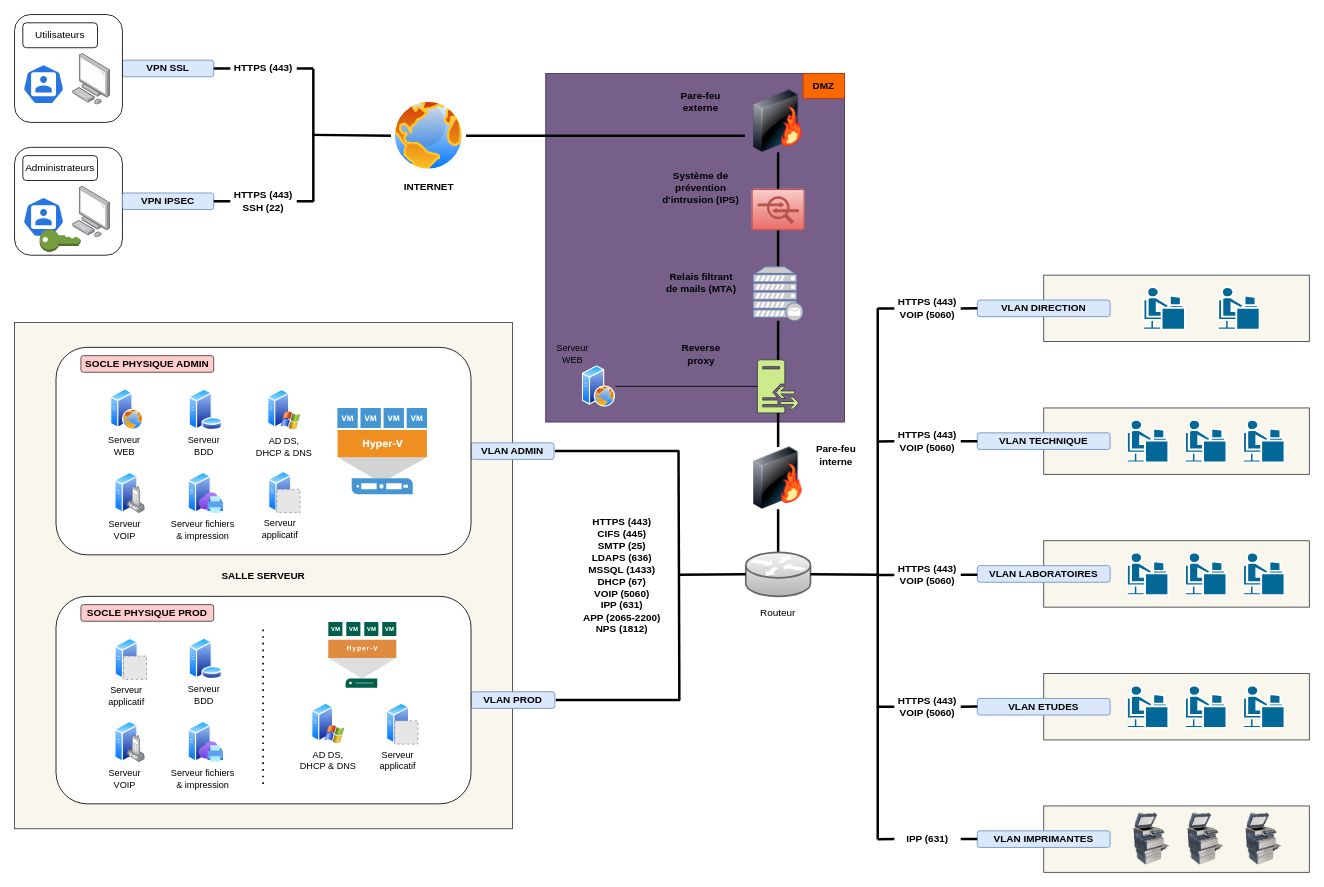
ecto-w/openclassrooms_ASR keeps this draw.io diagram as p11.drawio. Above is the earlier version. Source tidied: cells renumbered, new cells numbered last; positions are measured from the earlier drawing's top-left corner, leaving out a move shared by most shapes. Both pictures are drawn from the tidied source at 83%, with x=0, y=0 at pixel (14, 14). Pictures stored in the file or linked from it are replaced by grey dashed boxes.
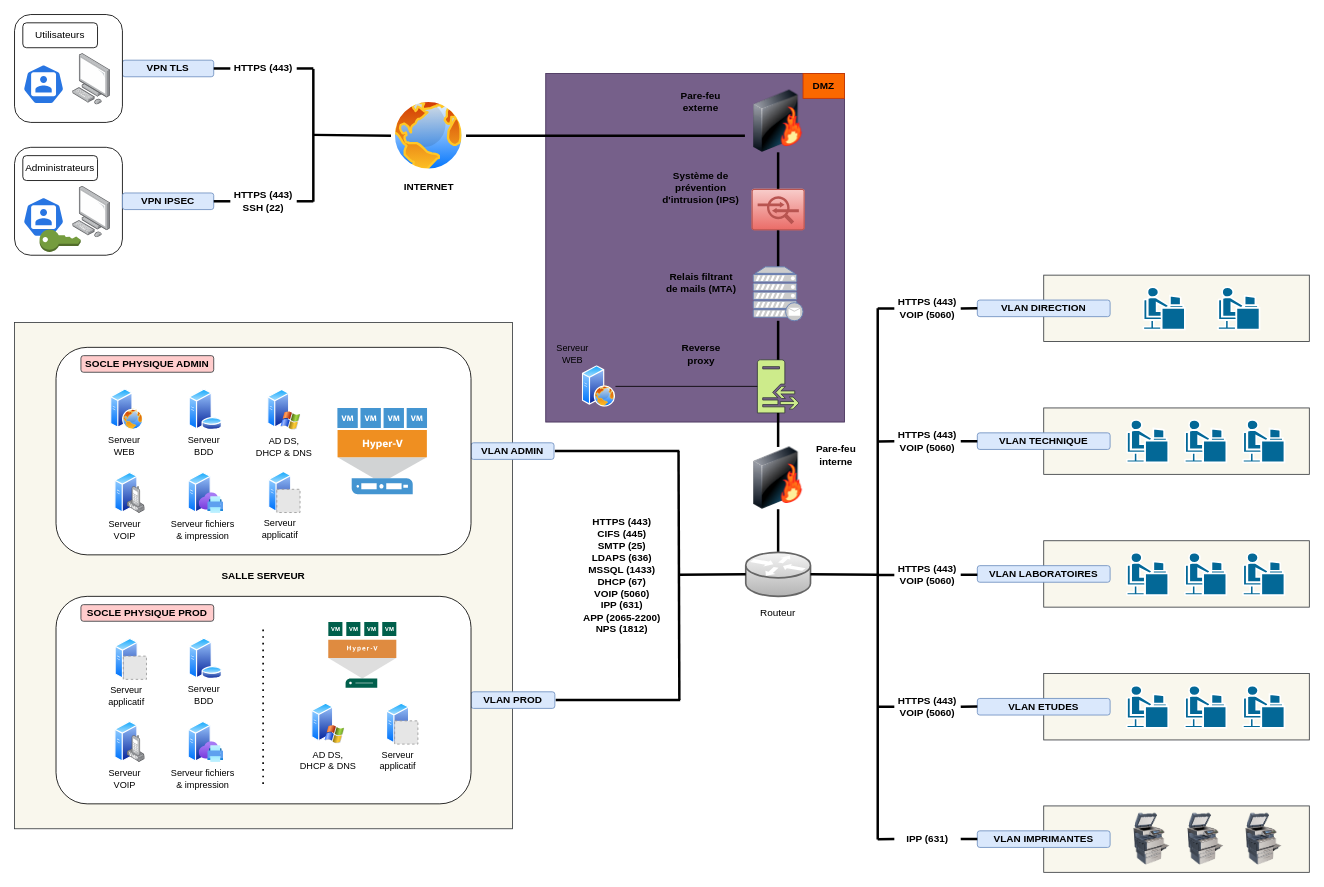
The same page after the edit.

Commit message:
Mettre à jour p11.drawio

The edit, as a diff of the source:
```diff
@@
-    <mxCell id="15" value="&lt;b&gt;VPN SSL&lt;br&gt;&lt;/b&gt;" style="rounded=1;whiteSpace=wrap;html=1;shadow=0;glass=0;fillColor=#dae8fc;strokeColor=#6c8ebf;" parent="1" vertex="1">
+    <mxCell id="15" value="&lt;b&gt;VPN TLS&lt;br&gt;&lt;/b&gt;" style="rounded=1;whiteSpace=wrap;html=1;shadow=0;glass=0;fillColor=#dae8fc;strokeColor=#6c8ebf;" parent="1" vertex="1">
       <mxGeometry x="130" y="55" width="110" height="20" as="geometry" />
     </mxCell>
```
